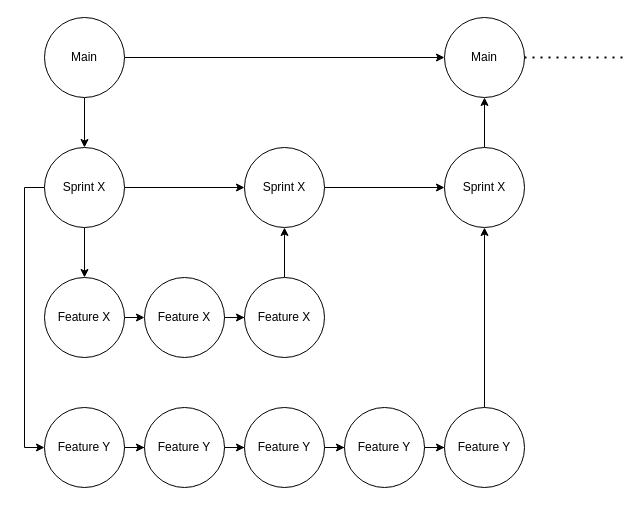
Above: Dokumente/Diagramme/Branchregeln pro Sprint.drawio in JasonDuffy/Sport-Challenge-Project (draw.io), before the change. Source tidied: cells renumbered, new cells numbered last; positions are measured from the earlier drawing's top-left corner, leaving out a move shared by most shapes. Both pictures are drawn from the tidied source at 100%, with x=0, y=0 at pixel (24, 17).
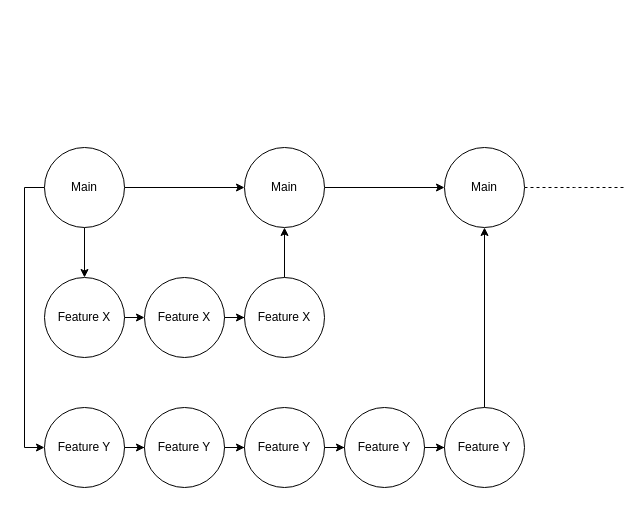
The same diagram, later.

Diff of the diagram source:
```diff
@@
-    <mxCell id="2" style="edgeStyle=orthogonalEdgeStyle;rounded=0;jettySize=auto;html=1;entryX=0.5;entryY=0;entryDx=0;entryDy=0;" parent="1" edge="1" source="4" target="9">
-      <mxGeometry relative="1" as="geometry" />
-    </mxCell>
-    <mxCell id="3" style="edgeStyle=orthogonalEdgeStyle;rounded=0;jettySize=auto;html=1;entryX=0;entryY=0.5;entryDx=0;entryDy=0;" parent="1" edge="1" source="4" target="5">
-      <mxGeometry relative="1" as="geometry" />
-    </mxCell>
-    <mxCell id="4" value="&lt;div&gt;Main&lt;/div&gt;" style="ellipse;whiteSpace=wrap;html=1;" parent="1" vertex="1">
-      <mxGeometry x="20" width="80" height="80" as="geometry" />
-    </mxCell>
-    <mxCell id="5" value="&lt;div&gt;Main&lt;/div&gt;" style="ellipse;whiteSpace=wrap;html=1;" parent="1" vertex="1">
-      <mxGeometry x="420" width="80" height="80" as="geometry" />
-    </mxCell>
@@
-    <mxCell id="9" value="&lt;div&gt;Sprint X&lt;br&gt;&lt;/div&gt;" style="ellipse;whiteSpace=wrap;html=1;" parent="1" vertex="1">
+    <mxCell id="9" value="&lt;div&gt;Main&lt;/div&gt;" style="ellipse;whiteSpace=wrap;html=1;" parent="1" vertex="1">
       <mxGeometry x="20" y="130" width="80" height="80" as="geometry" />
     </mxCell>
@@
-    <mxCell id="17" value="&lt;div&gt;Sprint X&lt;br&gt;&lt;/div&gt;" style="ellipse;whiteSpace=wrap;html=1;" parent="1" vertex="1">
+    <mxCell id="17" value="Main" style="ellipse;whiteSpace=wrap;html=1;" parent="1" vertex="1">
       <mxGeometry x="220" y="130" width="80" height="80" as="geometry" />
     </mxCell>
@@
-    <mxCell id="28" style="edgeStyle=orthogonalEdgeStyle;rounded=0;jettySize=auto;html=1;entryX=0.5;entryY=1;entryDx=0;entryDy=0;" parent="1" edge="1" source="29" target="5">
-      <mxGeometry relative="1" as="geometry" />
-    </mxCell>
+    <mxCell id="31" style="edgeStyle=orthogonalEdgeStyle;rounded=0;jettySize=auto;html=1;dashed=1;endArrow=none;endFill=0;" parent="1" edge="1" source="29">
+      <mxGeometry relative="1" as="geometry">
+        <mxPoint x="600" y="170" as="targetPoint" />
+      </mxGeometry>
+    </mxCell>
-    <mxCell id="29" value="&lt;div&gt;Sprint X&lt;br&gt;&lt;/div&gt;" style="ellipse;whiteSpace=wrap;html=1;" parent="1" vertex="1">
+    <mxCell id="29" value="Main" style="ellipse;whiteSpace=wrap;html=1;" parent="1" vertex="1">
       <mxGeometry x="420" y="130" width="80" height="80" as="geometry" />
     </mxCell>
-    <mxCell id="30" style="endArrow=none;dashed=1;html=1;dashPattern=1 3;strokeWidth=2;rounded=0;exitX=1;exitY=0.5;exitDx=0;exitDy=0;" parent="1" edge="1" source="5">
-      <mxGeometry relative="1" as="geometry">
-        <mxPoint x="600" y="40" as="targetPoint" />
-      </mxGeometry>
-    </mxCell>
```
